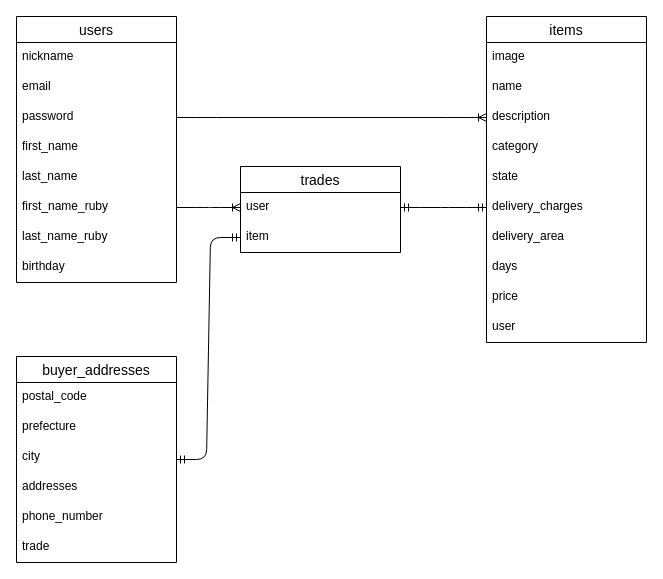
The draw.io diagram furima-31780.dio in Okisen/furima-31780, before the edit. Source tidied: cells renumbered, new cells numbered last; positions are measured from the earlier drawing's top-left corner, leaving out a move shared by most shapes. Both pictures are drawn from the tidied source at 100%, with x=0, y=0 at pixel (16, 16).
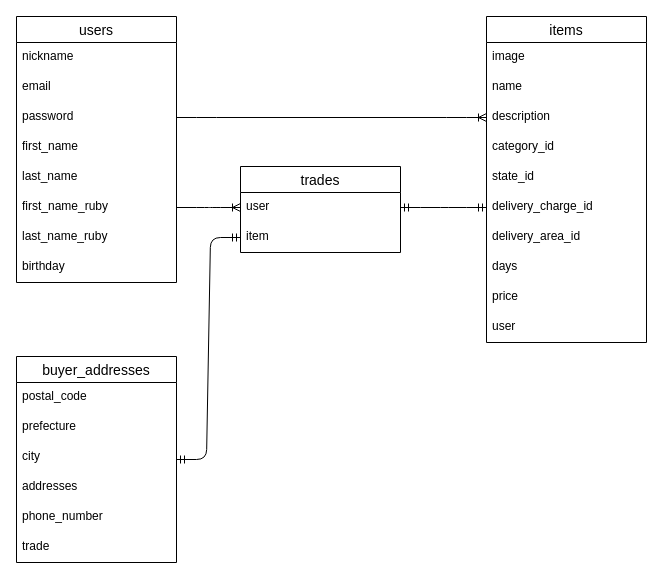
The same diagram, later.

Unchanged cells that the change refers to:
```xml
<mxCell id="13" value="items" style="swimlane;fontStyle=0;horizontal=1;startSize=26;align=center;fontSize=14;" parent="1" vertex="1">
  <mxGeometry x="470" width="160" height="326" as="geometry" />
</mxCell>
```

What changed in the source:
```diff
@@
-    <mxCell id="17" value="category" style="text;strokeColor=none;fillColor=none;spacingLeft=4;spacingRight=4;overflow=hidden;fontSize=12;" parent="13" vertex="1">
+    <mxCell id="17" value="category_id" style="text;strokeColor=none;fillColor=none;spacingLeft=4;spacingRight=4;overflow=hidden;fontSize=12;" parent="13" vertex="1">
       <mxGeometry y="116" width="160" height="30" as="geometry" />
     </mxCell>
-    <mxCell id="18" value="state" style="text;strokeColor=none;fillColor=none;spacingLeft=4;spacingRight=4;overflow=hidden;fontSize=12;" parent="13" vertex="1">
+    <mxCell id="18" value="state_id" style="text;strokeColor=none;fillColor=none;spacingLeft=4;spacingRight=4;overflow=hidden;fontSize=12;" parent="13" vertex="1">
       <mxGeometry y="146" width="160" height="30" as="geometry" />
     </mxCell>
-    <mxCell id="19" value="delivery_charges" style="text;strokeColor=none;fillColor=none;spacingLeft=4;spacingRight=4;overflow=hidden;points=[[0,0.5],[1,0.5]];portConstraint=eastwest;fontSize=12;" parent="13" vertex="1">
+    <mxCell id="19" value="delivery_charge_id" style="text;strokeColor=none;fillColor=none;spacingLeft=4;spacingRight=4;overflow=hidden;points=[[0,0.5],[1,0.5]];portConstraint=eastwest;fontSize=12;" parent="13" vertex="1">
       <mxGeometry y="176" width="160" height="30" as="geometry" />
     </mxCell>
-    <mxCell id="20" value="delivery_area" style="text;strokeColor=none;fillColor=none;spacingLeft=4;spacingRight=4;overflow=hidden;fontSize=12;" parent="13" vertex="1">
+    <mxCell id="20" value="delivery_area_id" style="text;strokeColor=none;fillColor=none;spacingLeft=4;spacingRight=4;overflow=hidden;fontSize=12;" parent="13" vertex="1">
       <mxGeometry y="206" width="160" height="30" as="geometry" />
     </mxCell>
```
